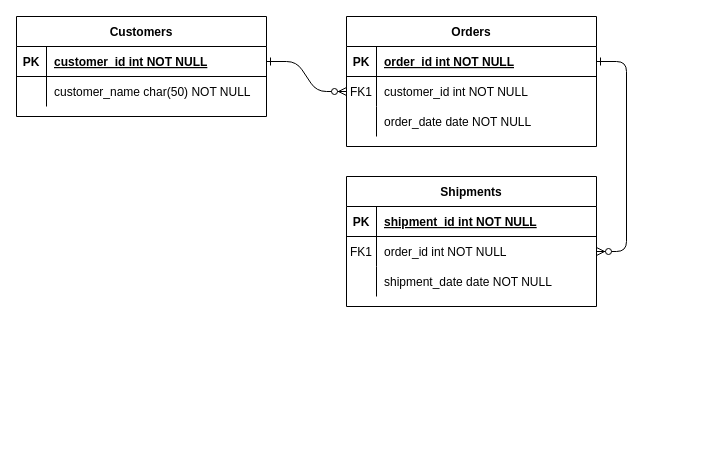
This is Diagrama sin título.drawio from mipc1234567/Mi_Primer_Repositorio, a draw.io file, before an edit. Source tidied: cells renumbered, new cells numbered last; positions are measured from the earlier drawing's top-left corner, leaving out a move shared by most shapes. Both pictures are drawn from the tidied source at 100%, with x=0, y=0 at pixel (16, 16).
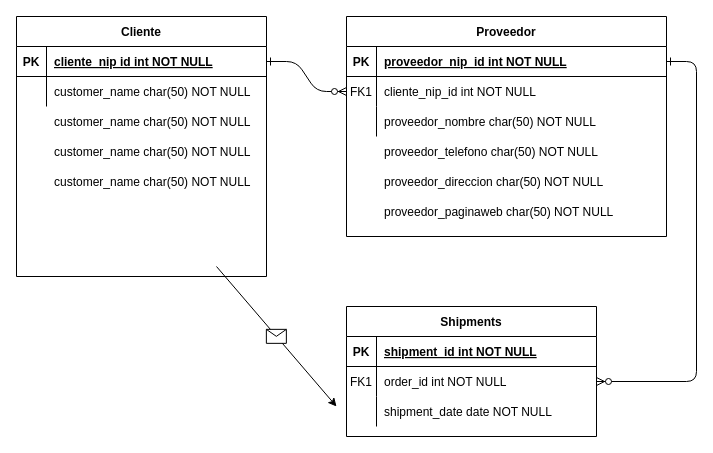
The same diagram, later.

Unchanged cells that the change refers to:
```xml
<mxCell id="25" style="shape=partialRectangle;fillColor=none;points=[[0,0.5],[1,0.5]];portConstraint=eastwest;top=0;left=0;right=0;bottom=1;" parent="24" vertex="1">
  <mxGeometry y="30" width="250" height="30" as="geometry" />
</mxCell>
```

Change to the diagram source:
```diff
@@
-    <mxCell id="4" value="Orders" style="shape=table;startSize=30;childLayout=tableLayout;rowLines=0;fontStyle=1;align=center;" parent="1" vertex="1">
-      <mxGeometry x="330" width="250" height="130" as="geometry" />
+    <mxCell id="4" value="Proveedor" style="shape=table;startSize=30;childLayout=tableLayout;rowLines=0;fontStyle=1;align=center;" parent="1" vertex="1">
+      <mxGeometry x="330" width="320" height="220" as="geometry" />
     </mxCell>
     <mxCell id="5" style="shape=partialRectangle;fillColor=none;points=[[0,0.5],[1,0.5]];portConstraint=eastwest;top=0;left=0;right=0;bottom=1;" parent="4" vertex="1">
-      <mxGeometry y="30" width="250" height="30" as="geometry" />
+      <mxGeometry y="30" width="320" height="30" as="geometry" />
     </mxCell>
@@
-    <mxCell id="7" value="order_id int NOT NULL " style="shape=partialRectangle;overflow=hidden;fillColor=none;top=0;left=0;bottom=0;right=0;align=left;spacingLeft=6;fontStyle=5;" parent="5" vertex="1">
-      <mxGeometry x="30" width="220" height="30" as="geometry" />
+    <mxCell id="7" value="proveedor_nip_id int NOT NULL " style="shape=partialRectangle;overflow=hidden;fillColor=none;top=0;left=0;bottom=0;right=0;align=left;spacingLeft=6;fontStyle=5;" parent="5" vertex="1">
+      <mxGeometry x="30" width="290" height="30" as="geometry" />
     </mxCell>
     <mxCell id="8" style="shape=partialRectangle;fillColor=none;points=[[0,0.5],[1,0.5]];portConstraint=eastwest;top=0;left=0;right=0;bottom=0;" parent="4" vertex="1">
-      <mxGeometry y="60" width="250" height="30" as="geometry" />
+      <mxGeometry y="60" width="320" height="30" as="geometry" />
     </mxCell>
@@
-    <mxCell id="10" value="customer_id int NOT NULL" style="shape=partialRectangle;overflow=hidden;fillColor=none;top=0;left=0;bottom=0;right=0;align=left;spacingLeft=6;" parent="8" vertex="1">
-      <mxGeometry x="30" width="220" height="30" as="geometry" />
+    <mxCell id="10" value="cliente_nip_id int NOT NULL" style="shape=partialRectangle;overflow=hidden;fillColor=none;top=0;left=0;bottom=0;right=0;align=left;spacingLeft=6;" parent="8" vertex="1">
+      <mxGeometry x="30" width="290" height="30" as="geometry" />
     </mxCell>
     <mxCell id="11" style="shape=partialRectangle;fillColor=none;top=0;left=0;right=0;bottom=0;" parent="4" vertex="1">
-      <mxGeometry y="90" width="250" height="30" as="geometry" />
+      <mxGeometry y="90" width="320" height="30" as="geometry" />
     </mxCell>
@@
-    <mxCell id="13" value="order_date date NOT NULL" style="shape=partialRectangle;overflow=hidden;fillColor=none;top=0;left=0;bottom=0;right=0;align=left;spacingLeft=6;" parent="11" vertex="1">
-      <mxGeometry x="30" width="220" height="30" as="geometry" />
+    <mxCell id="13" value="proveedor_nombre char(50) NOT NULL" style="shape=partialRectangle;overflow=hidden;fillColor=none;top=0;left=0;bottom=0;right=0;align=left;spacingLeft=6;" parent="11" vertex="1">
+      <mxGeometry x="30" width="290" height="30" as="geometry" />
     </mxCell>
     <mxCell id="14" value="Shipments" style="shape=table;startSize=30;childLayout=tableLayout;rowLines=0;fontStyle=1;align=center;" parent="1" vertex="1">
-      <mxGeometry x="330" y="160" width="250" height="130" as="geometry" />
+      <mxGeometry x="330" y="290" width="250" height="130" as="geometry" />
     </mxCell>
@@
-    <mxCell id="24" value="Customers" style="shape=table;startSize=30;childLayout=tableLayout;rowLines=0;fontStyle=1;align=center;" parent="1" vertex="1">
-      <mxGeometry width="250" height="100" as="geometry" />
+    <mxCell id="24" value="Cliente" style="shape=table;startSize=30;childLayout=tableLayout;rowLines=0;fontStyle=1;align=center;" parent="1" vertex="1">
+      <mxGeometry width="250" height="260" as="geometry" />
     </mxCell>
@@
-    <mxCell id="27" value="customer_id int NOT NULL " style="shape=partialRectangle;overflow=hidden;fillColor=none;top=0;left=0;bottom=0;right=0;align=left;spacingLeft=6;fontStyle=5;" parent="25" vertex="1">
+    <mxCell id="27" value="cliente_nip id int NOT NULL " style="shape=partialRectangle;overflow=hidden;fillColor=none;top=0;left=0;bottom=0;right=0;align=left;spacingLeft=6;fontStyle=5;" parent="25" vertex="1">
       <mxGeometry x="30" width="220" height="30" as="geometry" />
     </mxCell>
@@
+    <mxCell id="31" style="endArrow=classic;html=1;rounded=0;" parent="1" edge="1">
+      <mxGeometry relative="1" as="geometry">
+        <mxPoint x="200" y="250" as="sourcePoint" />
+        <mxPoint x="320" y="390" as="targetPoint" />
+      </mxGeometry>
+    </mxCell>
+    <mxCell id="32" style="shape=message;html=1;" parent="31" vertex="1">
+      <mxGeometry width="20" height="14" relative="1" as="geometry">
+        <mxPoint x="-10" y="-7" as="offset" />
+      </mxGeometry>
+    </mxCell>
+    <mxCell id="33" value="proveedor_telefono char(50) NOT NULL" style="shape=partialRectangle;overflow=hidden;fillColor=none;top=0;left=0;bottom=0;right=0;align=left;spacingLeft=6;" parent="1" vertex="1">
+      <mxGeometry x="360" y="120" width="230" height="30" as="geometry" />
+    </mxCell>
+    <mxCell id="34" value="proveedor_direccion char(50) NOT NULL" style="shape=partialRectangle;overflow=hidden;fillColor=none;top=0;left=0;bottom=0;right=0;align=left;spacingLeft=6;" parent="1" vertex="1">
+      <mxGeometry x="360" y="150" width="230" height="30" as="geometry" />
+    </mxCell>
+    <mxCell id="35" value="proveedor_paginaweb char(50) NOT NULL" style="shape=partialRectangle;overflow=hidden;fillColor=none;top=0;left=0;bottom=0;right=0;align=left;spacingLeft=6;" parent="1" vertex="1">
+      <mxGeometry x="360" y="180" width="260" height="30" as="geometry" />
+    </mxCell>
+    <mxCell id="36" style="shape=partialRectangle;fillColor=none;top=0;left=0;right=0;bottom=0;" parent="1" vertex="1">
+      <mxGeometry y="90" width="250" height="30" as="geometry" />
+    </mxCell>
+    <mxCell id="37" style="shape=partialRectangle;overflow=hidden;fillColor=none;top=0;left=0;bottom=0;right=0;" parent="36" vertex="1">
+      <mxGeometry width="30" height="30" as="geometry" />
+    </mxCell>
+    <mxCell id="38" value="customer_name char(50) NOT NULL" style="shape=partialRectangle;overflow=hidden;fillColor=none;top=0;left=0;bottom=0;right=0;align=left;spacingLeft=6;" parent="36" vertex="1">
+      <mxGeometry x="30" width="220" height="30" as="geometry" />
+    </mxCell>
+    <mxCell id="39" style="shape=partialRectangle;fillColor=none;top=0;left=0;right=0;bottom=0;" parent="1" vertex="1">
+      <mxGeometry y="120" width="250" height="30" as="geometry" />
+    </mxCell>
+    <mxCell id="40" style="shape=partialRectangle;overflow=hidden;fillColor=none;top=0;left=0;bottom=0;right=0;" parent="39" vertex="1">
+      <mxGeometry width="30" height="30" as="geometry" />
+    </mxCell>
+    <mxCell id="41" value="customer_name char(50) NOT NULL" style="shape=partialRectangle;overflow=hidden;fillColor=none;top=0;left=0;bottom=0;right=0;align=left;spacingLeft=6;" parent="39" vertex="1">
+      <mxGeometry x="30" width="220" height="30" as="geometry" />
+    </mxCell>
+    <mxCell id="42" style="shape=partialRectangle;fillColor=none;top=0;left=0;right=0;bottom=0;" parent="1" vertex="1">
+      <mxGeometry y="150" width="250" height="30" as="geometry" />
+    </mxCell>
+    <mxCell id="43" style="shape=partialRectangle;overflow=hidden;fillColor=none;top=0;left=0;bottom=0;right=0;" parent="42" vertex="1">
+      <mxGeometry width="30" height="30" as="geometry" />
+    </mxCell>
+    <mxCell id="44" value="customer_name char(50) NOT NULL" style="shape=partialRectangle;overflow=hidden;fillColor=none;top=0;left=0;bottom=0;right=0;align=left;spacingLeft=6;" parent="42" vertex="1">
+      <mxGeometry x="30" width="220" height="30" as="geometry" />
+    </mxCell>
```
